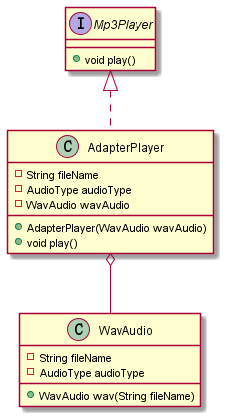
This is spring-cloud-design-pattern/structure-adapter-pattern/src/main/resources/static/diagram.png from sunnyzhy/Design-pattern, a PlantUML export, as it was before one commit.
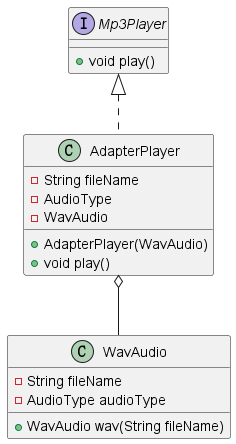
After the change.

Change to the diagram source:
```diff
@@ -3,23 +3,23 @@
 AdapterPlayer o-- WavAudio
 
 class WavAudio {
--String fileName
--AudioType audioType
+  -String fileName
+  -AudioType audioType
 
-+WavAudio wav(String fileName)
+  +WavAudio wav(String fileName)
 }
 
 interface Mp3Player {
-+void play()
+  +void play()
 }
 
 class AdapterPlayer implements Mp3Player {
-- String fileName
-- AudioType audioType
-- WavAudio wavAudio
+  - String fileName
+  - AudioType
+  - WavAudio
 
-+AdapterPlayer(WavAudio wavAudio)
-+void play()
+  +AdapterPlayer(WavAudio)
+  +void play()
 }
 
 @enduml
```
